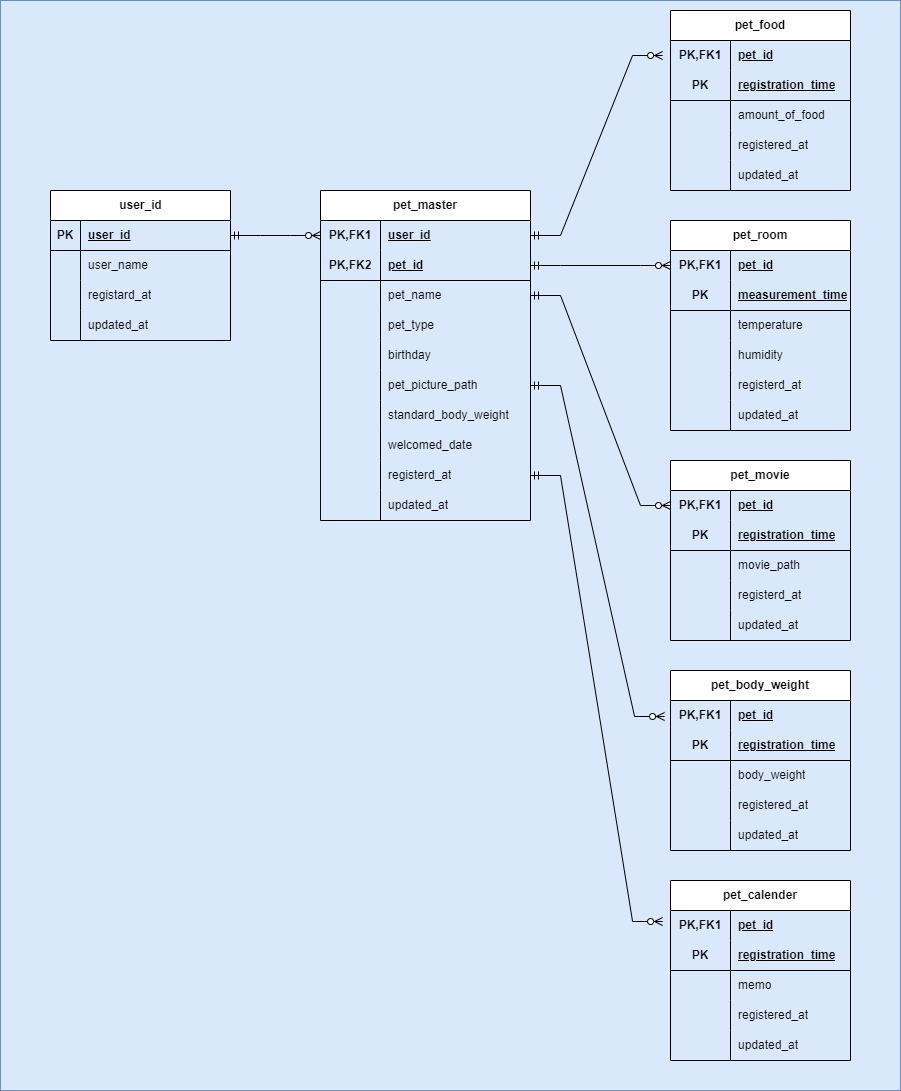
Earlier version of the draw.io export .pic/ER.drawio.png (knysi3/momochi-z). Source tidied: cells renumbered, new cells last; positions are measured from the earlier drawing's top-left corner, leaving out a move shared by most shapes.
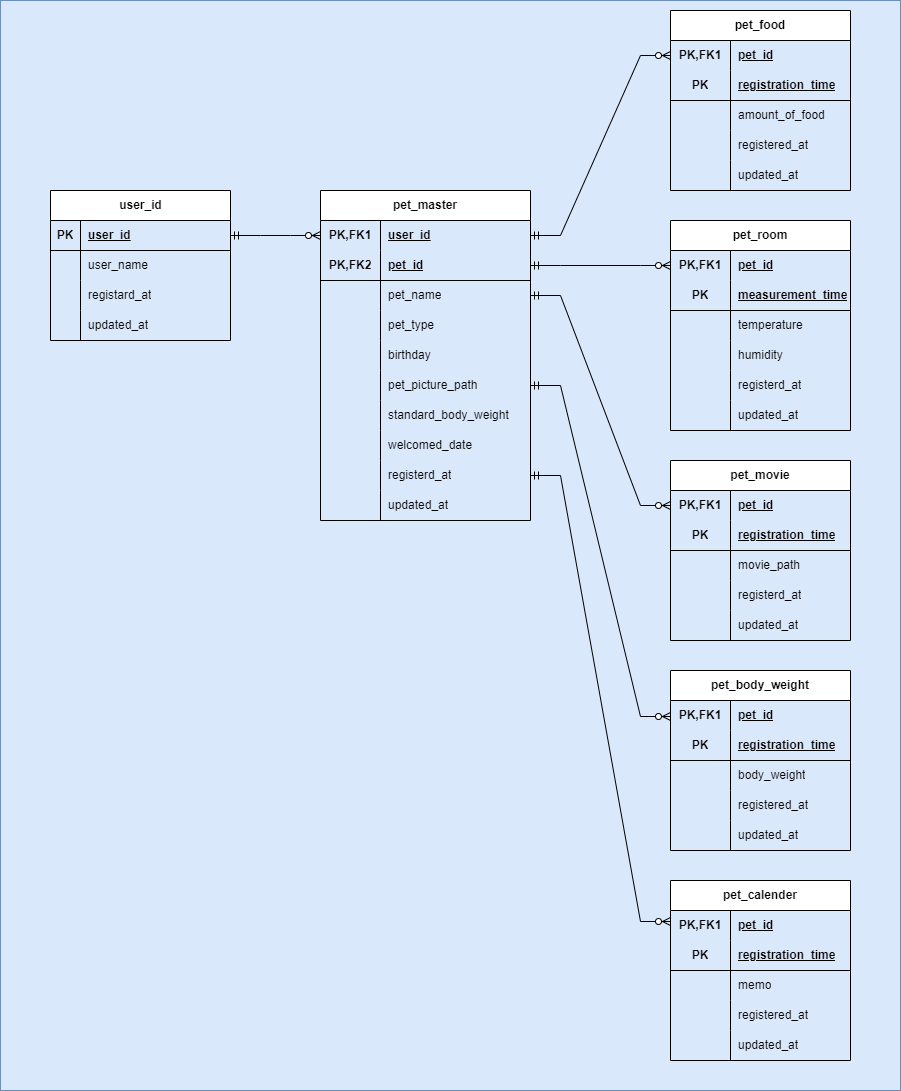
The same diagram one commit later.

Commit message:
ER.drawio.png を更新します

What changed in the source:
```diff
@@ -347,17 +347,21 @@
     <mxCell id="116" value="updated_at" style="shape=partialRectangle;fillColor=none;top=0;left=0;bottom=0;right=0;align=left;spacingLeft=6;overflow=hidden;html=1;whiteSpace=wrap;" parent="114" vertex="1">
       <mxGeometry x="60" width="120" height="30" as="geometry" />
     </mxCell>
-    <mxCell id="117" style="edgeStyle=entityRelationEdgeStyle;fontSize=12;html=1;endArrow=ERzeroToMany;startArrow=ERmandOne;rounded=0;exitX=1;exitY=0.5;exitDx=0;exitDy=0;entryX=-0.044;entryY=0.5;entryDx=0;entryDy=0;entryPerimeter=0;" parent="1" edge="1" source="4" target="35">
+    <mxCell id="117" style="edgeStyle=entityRelationEdgeStyle;fontSize=12;html=1;endArrow=ERzeroToMany;startArrow=ERmandOne;rounded=0;exitX=1;exitY=0.5;exitDx=0;exitDy=0;" parent="1" edge="1" source="4" target="35">
       <mxGeometry relative="1" as="geometry" />
     </mxCell>
     <mxCell id="118" style="edgeStyle=entityRelationEdgeStyle;fontSize=12;html=1;endArrow=ERzeroToMany;startArrow=ERmandOne;rounded=0;exitX=1;exitY=0.5;exitDx=0;exitDy=0;entryX=0;entryY=0.5;entryDx=0;entryDy=0;" parent="1" edge="1" source="7" target="51">
       <mxGeometry relative="1" as="geometry" />
     </mxCell>
-    <mxCell id="119" style="edgeStyle=entityRelationEdgeStyle;fontSize=12;html=1;endArrow=ERzeroToMany;startArrow=ERmandOne;rounded=0;exitX=1;exitY=0.5;exitDx=0;exitDy=0;entryX=-0.044;entryY=0.367;entryDx=0;entryDy=0;entryPerimeter=0;" parent="1" edge="1" source="28" target="86">
-      <mxGeometry relative="1" as="geometry" />
+    <mxCell id="119" style="edgeStyle=entityRelationEdgeStyle;fontSize=12;html=1;endArrow=ERzeroToMany;startArrow=ERmandOne;rounded=0;exitX=1;exitY=0.5;exitDx=0;exitDy=0;" parent="1" edge="1" source="28">
+      <mxGeometry relative="1" as="geometry">
+        <mxPoint x="670" y="921" as="targetPoint" />
+      </mxGeometry>
     </mxCell>
-    <mxCell id="120" style="edgeStyle=entityRelationEdgeStyle;fontSize=12;html=1;endArrow=ERzeroToMany;startArrow=ERmandOne;rounded=0;exitX=1;exitY=0.5;exitDx=0;exitDy=0;entryX=-0.033;entryY=0.533;entryDx=0;entryDy=0;entryPerimeter=0;" parent="1" edge="1" source="19" target="102">
-      <mxGeometry relative="1" as="geometry" />
+    <mxCell id="120" style="edgeStyle=entityRelationEdgeStyle;fontSize=12;html=1;endArrow=ERzeroToMany;startArrow=ERmandOne;rounded=0;exitX=1;exitY=0.5;exitDx=0;exitDy=0;" parent="1" edge="1" source="19">
+      <mxGeometry relative="1" as="geometry">
+        <mxPoint x="670" y="716" as="targetPoint" />
+      </mxGeometry>
     </mxCell>
     <mxCell id="121" style="edgeStyle=entityRelationEdgeStyle;fontSize=12;html=1;endArrow=ERzeroToMany;startArrow=ERmandOne;rounded=0;exitX=1;exitY=0.5;exitDx=0;exitDy=0;entryX=0;entryY=0.5;entryDx=0;entryDy=0;" parent="1" edge="1" source="10" target="70">
       <mxGeometry relative="1" as="geometry" />
```
